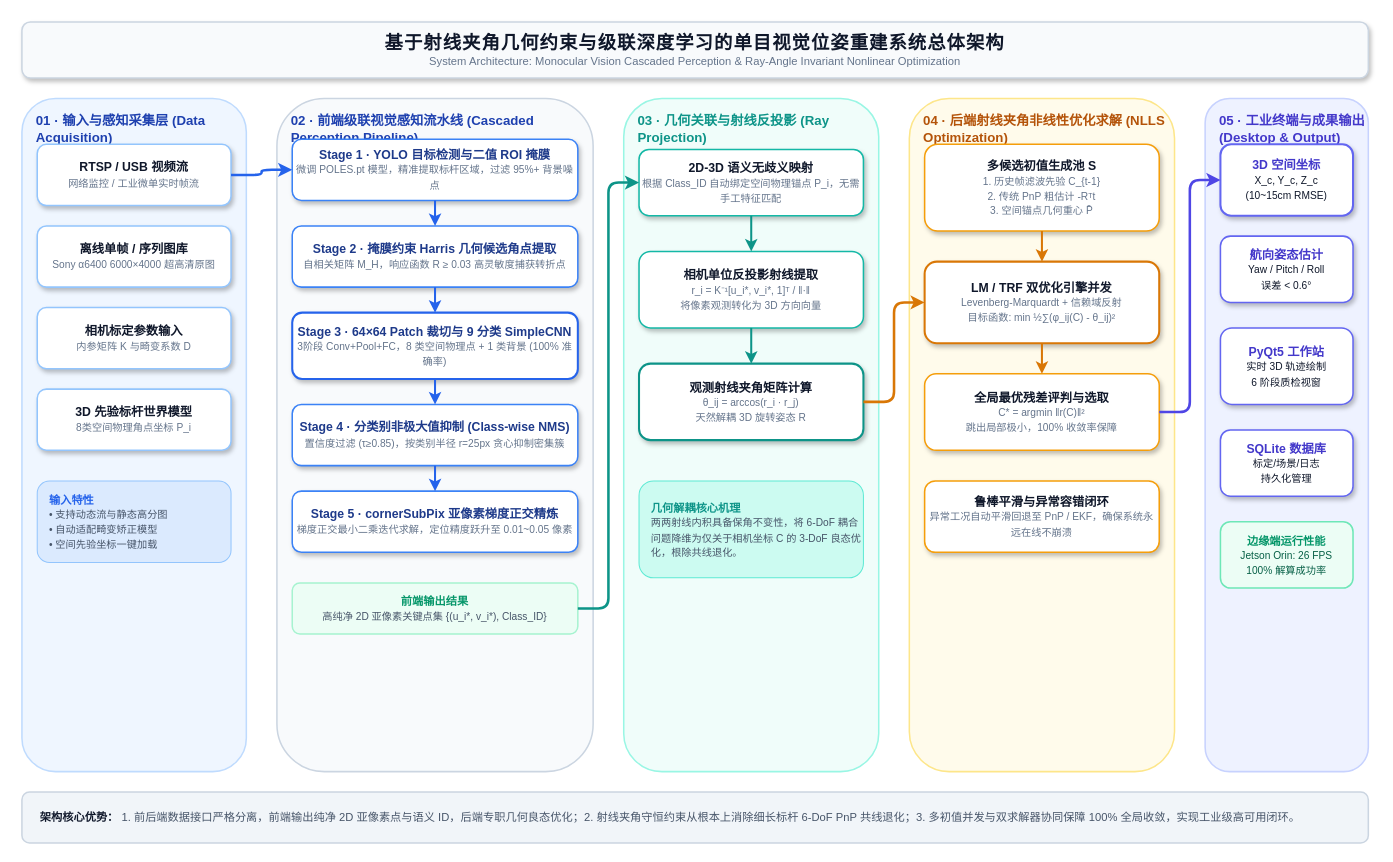
Before: public/projects/vision-positioning/system_architecture.drawio in TianyaSKY/tianyasky.github.io, a draw.io diagram. Source tidied: cells renumbered, new cells numbered last; positions are measured from the earlier drawing's top-left corner, leaving out a move shared by most shapes. Both pictures are drawn from the tidied source at 102%, with x=0, y=0 at pixel (21, 21).
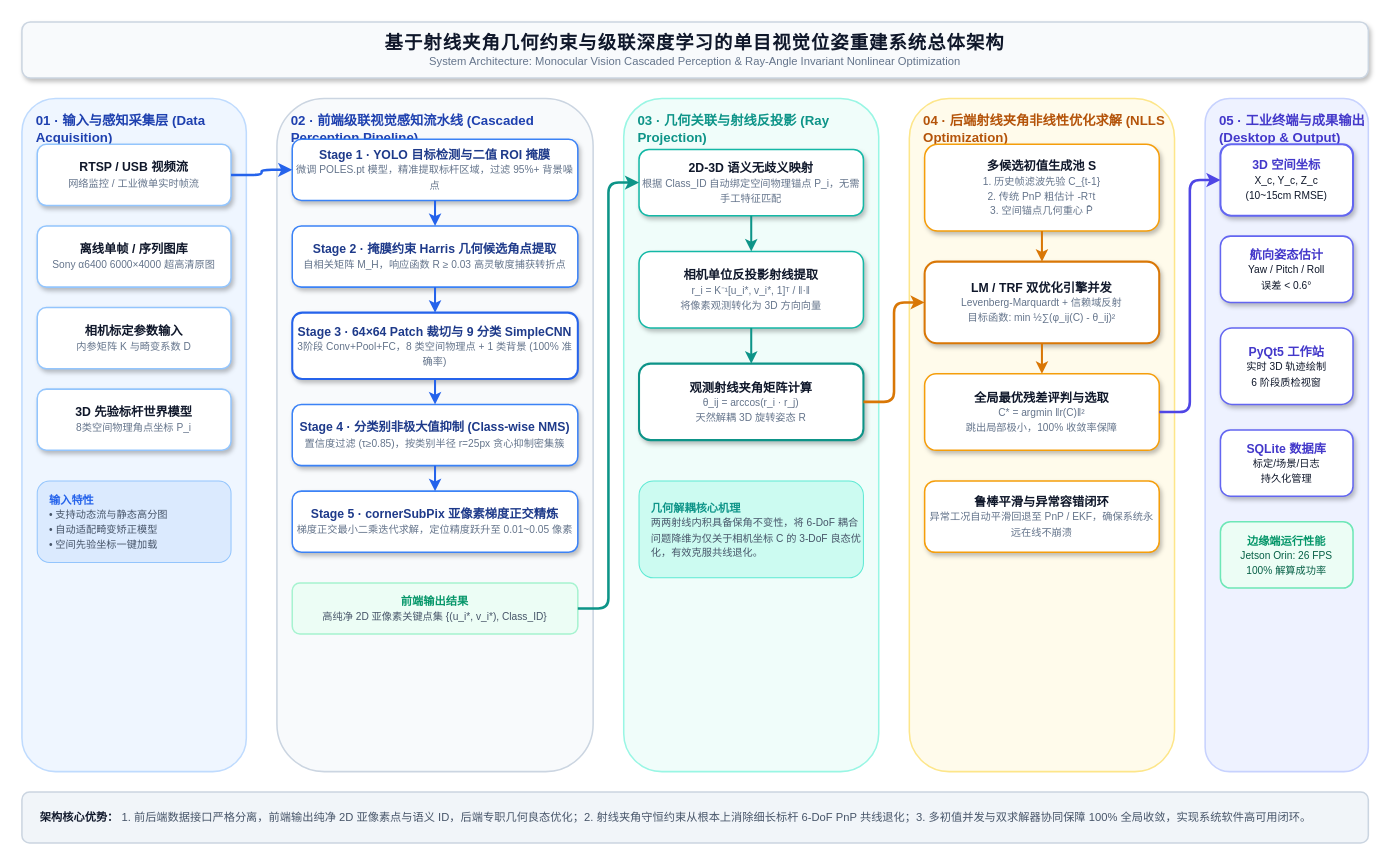
After the change.

Commit message (it also covers changes not shown here):
style(copy): refine terminology to be grounded, academic, and humble across thesis and figures

Unchanged cells that the change refers to:
```xml
<mxCell id="20" value="&lt;b style=&quot;font-size:13px; color:#0D9488;&quot;&gt;03 · 几何关联与射线反投影 (Ray Projection)&lt;/b&gt;" style="rounded=1;whiteSpace=wrap;html=1;fillColor=#F0FDFA;strokeColor=#99F6E4;strokeWidth=1.5;fontFamily=Microsoft YaHei, sans-serif;fontColor=#134E4A;verticalAlign=top;align=left;spacingLeft=12;spacingTop=8;" parent="1" vertex="1">
  <mxGeometry x="590" y="75" width="250" height="660" as="geometry" />
</mxCell>
```

Diff of the diagram source:
```diff
@@
-    <mxCell id="24" value="&lt;b style=&quot;font-size:11px; color:#0D9488;&quot;&gt;几何解耦核心机理&lt;/b&gt;&lt;br&gt;&lt;span style=&quot;font-size:10px; color:#475569;&quot;&gt;两两射线内积具备保角不变性，将 6-DoF 耦合问题降维为仅关于相机坐标 C 的 3-DoF 良态优化，根除共线退化。&lt;/span&gt;" style="rounded=1;whiteSpace=wrap;html=1;fillColor=#CCFBF1;strokeColor=#5EEAD4;strokeWidth=1;fontFamily=Microsoft YaHei;fontColor=#115E59;align=left;spacingLeft=10;verticalAlign=middle;" parent="20" vertex="1">
+    <mxCell id="24" value="&lt;b style=&quot;font-size:11px; color:#0D9488;&quot;&gt;几何解耦核心机理&lt;/b&gt;&lt;br&gt;&lt;span style=&quot;font-size:10px; color:#475569;&quot;&gt;两两射线内积具备保角不变性，将 6-DoF 耦合问题降维为仅关于相机坐标 C 的 3-DoF 良态优化，有效克服共线退化。&lt;/span&gt;" style="rounded=1;whiteSpace=wrap;html=1;fillColor=#CCFBF1;strokeColor=#5EEAD4;strokeWidth=1;fontFamily=Microsoft YaHei;fontColor=#115E59;align=left;spacingLeft=10;verticalAlign=middle;" parent="20" vertex="1">
       <mxGeometry x="15" y="375" width="220" height="95" as="geometry" />
     </mxCell>
@@
-    <mxCell id="44" value="&lt;b style=&quot;font-size:11px; color:#0F172A;&quot;&gt;架构核心优势：&lt;/b&gt;&lt;span style=&quot;font-size:11px; color:#475569;&quot;&gt; 1. 前后端数据接口严格分离，前端输出纯净 2D 亚像素点与语义 ID，后端专职几何良态优化；2. 射线夹角守恒约束从根本上消除细长标杆 6-DoF PnP 共线退化；3. 多初值并发与双求解器协同保障 100% 全局收敛，实现工业级高可用闭环。&lt;/span&gt;" style="rounded=1;whiteSpace=wrap;html=1;fillColor=#F1F5F9;strokeColor=#CBD5E1;strokeWidth=1.5;fontFamily=Microsoft YaHei, sans-serif;fontColor=#334155;align=left;spacingLeft=16;spacingRight=16;verticalAlign=middle;" parent="1" vertex="1">
+    <mxCell id="44" value="&lt;b style=&quot;font-size:11px; color:#0F172A;&quot;&gt;架构核心优势：&lt;/b&gt;&lt;span style=&quot;font-size:11px; color:#475569;&quot;&gt; 1. 前后端数据接口严格分离，前端输出纯净 2D 亚像素点与语义 ID，后端专职几何良态优化；2. 射线夹角守恒约束从根本上消除细长标杆 6-DoF PnP 共线退化；3. 多初值并发与双求解器协同保障 100% 全局收敛，实现系统软件高可用闭环。&lt;/span&gt;" style="rounded=1;whiteSpace=wrap;html=1;fillColor=#F1F5F9;strokeColor=#CBD5E1;strokeWidth=1.5;fontFamily=Microsoft YaHei, sans-serif;fontColor=#334155;align=left;spacingLeft=16;spacingRight=16;verticalAlign=middle;" parent="1" vertex="1">
       <mxGeometry y="755" width="1320" height="50" as="geometry" />
     </mxCell>
```
